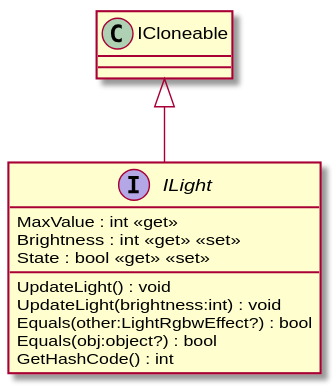
leo-tasso/VolumeKsharp keeps this PlantUML diagram as UML/Light/ILight.svg. Above is the earlier version.
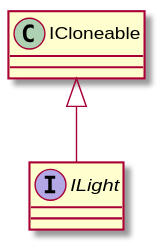
The same file after the commit.

Change to the diagram source:
```diff
@@ -1,13 +1,5 @@
 @startuml
 interface ILight {
-    MaxValue : int <<get>>
-    Brightness : int <<get>> <<set>>
-    State : bool <<get>> <<set>>
-    UpdateLight() : void
-    UpdateLight(brightness:int) : void
-    Equals(other:LightRgbwEffect?) : bool
-    Equals(obj:object?) : bool
-    GetHashCode() : int
 }
 ICloneable <|-- ILight
 @enduml
```
